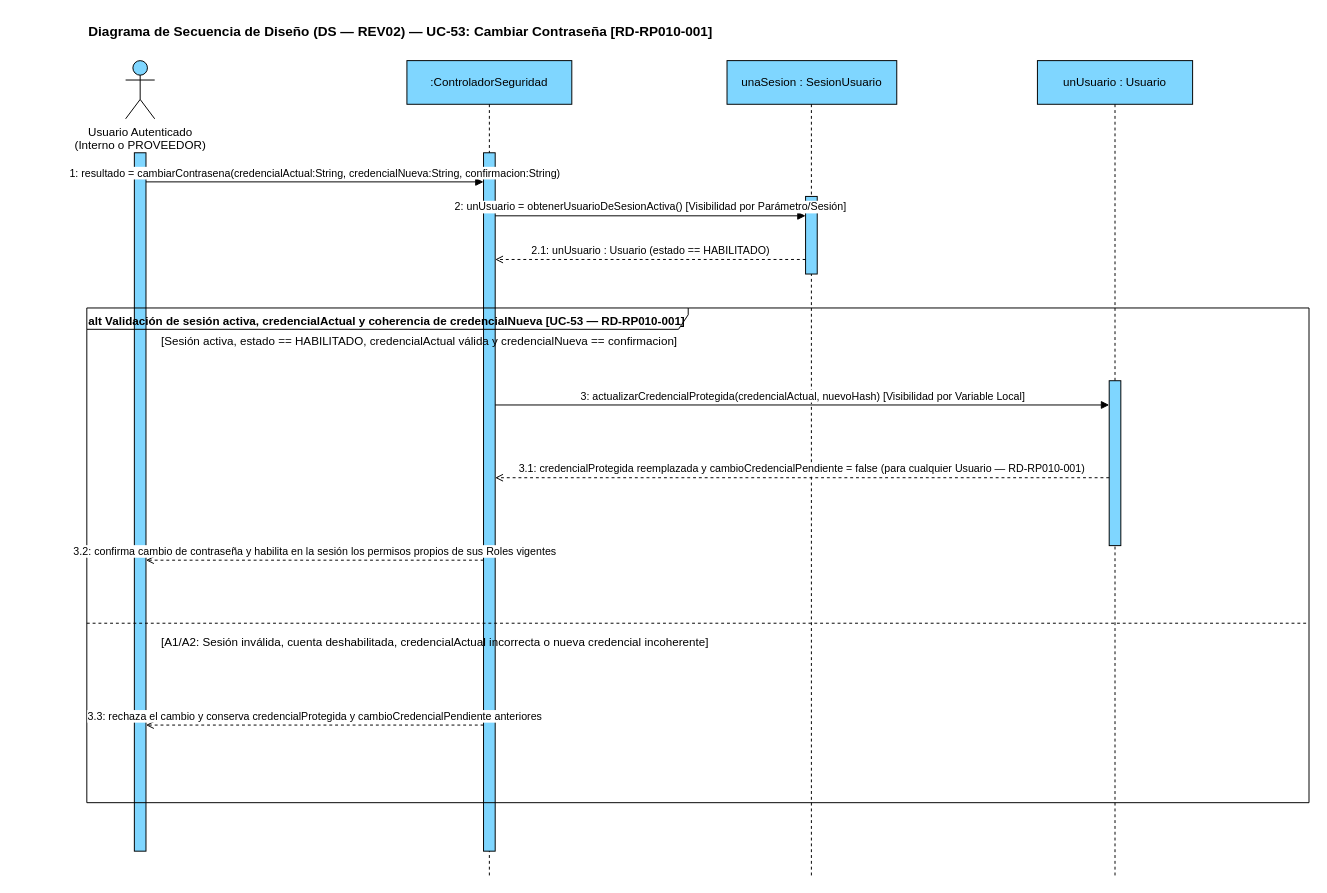
Before: page "DS UC-53 Cambiar Contraseña (REV02)" (4 of 7) of docs/08-diagramas/revision/REV02_SEGURIDAD/propuestos/DS_REV02_SEGURIDAD_CORREGIDO.drawio.xml in leandrito369/ale-milanesas, a draw.io diagram. Source tidied: cells renumbered, new cells numbered last; positions are measured from the earlier drawing's top-left corner, leaving out a move shared by most shapes. Both pictures are drawn from the tidied source at 97%, with x=0, y=0 at pixel (86, 16).
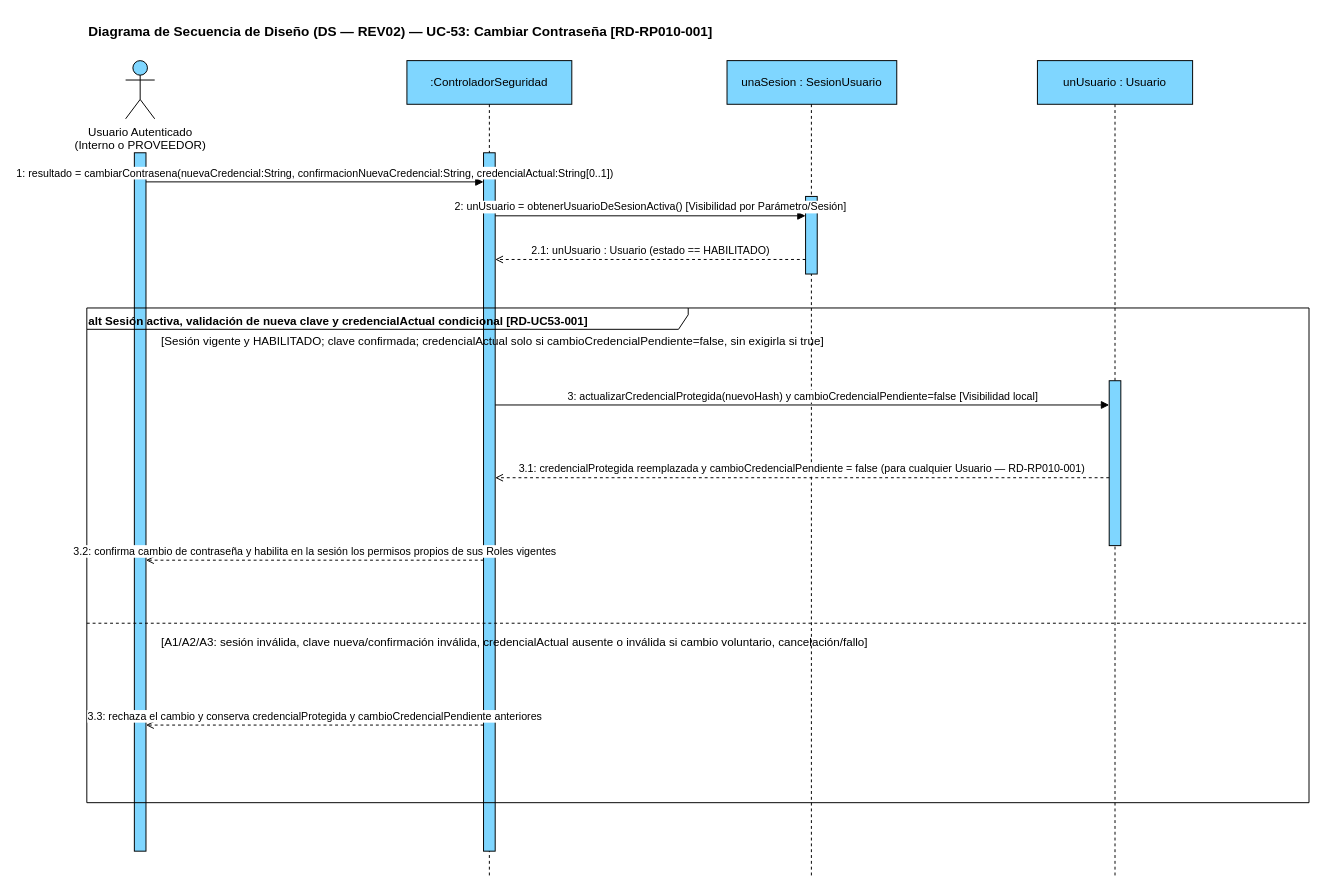
After the change.

Diff of the diagram source:
```diff
@@
-    <mxCell id="14" value="1: resultado = cambiarContrasena(credencialActual:String, credencialNueva:String, confirmacion:String)" style="html=1;verticalAlign=bottom;endArrow=block;endFill=1;strokeColor=#000000;" parent="1" edge="1">
+    <mxCell id="14" value="1: resultado = cambiarContrasena(nuevaCredencial:String, confirmacionNuevaCredencial:String, credencialActual:String[0..1])" style="html=1;verticalAlign=bottom;endArrow=block;endFill=1;strokeColor=#000000;" parent="1" edge="1">
       <mxGeometry relative="1" as="geometry">
         <mxPoint x="61" y="170" as="sourcePoint" />
         <mxPoint x="409" y="170" as="targetPoint" />
       </mxGeometry>
     </mxCell>
@@
-    <mxCell id="17" value="alt Validación de sesión activa, credencialActual y coherencia de credencialNueva [UC-53 — RD-RP010-001]" style="shape=umlFrame;whiteSpace=wrap;html=1;width=620;height=22;fillColor=none;strokeColor=#000000;align=left;verticalAlign=top;fontStyle=1;" parent="1" vertex="1">
+    <mxCell id="17" value="alt Sesión activa, validación de nueva clave y credencialActual condicional [RD-UC53-001]" style="shape=umlFrame;whiteSpace=wrap;html=1;width=620;height=22;fillColor=none;strokeColor=#000000;align=left;verticalAlign=top;fontStyle=1;" parent="1" vertex="1">
       <mxGeometry y="300" width="1260" height="510" as="geometry" />
     </mxCell>
-    <mxCell id="18" value="[Sesión activa, estado == HABILITADO, credencialActual válida y credencialNueva == confirmacion]" style="text;html=1;strokeColor=none;fillColor=none;align=left;verticalAlign=middle;" parent="1" vertex="1">
+    <mxCell id="18" value="[Sesión vigente y HABILITADO; clave confirmada; credencialActual solo si cambioCredencialPendiente=false, sin exigirla si true]" style="text;html=1;strokeColor=none;fillColor=none;align=left;verticalAlign=middle;" parent="1" vertex="1">
       <mxGeometry x="75" y="325" width="620" height="20" as="geometry" />
     </mxCell>
-    <mxCell id="19" value="3: actualizarCredencialProtegida(credencialActual, nuevoHash) [Visibilidad por Variable Local]" style="html=1;verticalAlign=bottom;endArrow=block;endFill=1;strokeColor=#000000;" parent="1" edge="1">
+    <mxCell id="19" value="3: actualizarCredencialProtegida(nuevoHash) y cambioCredencialPendiente=false [Visibilidad local]" style="html=1;verticalAlign=bottom;endArrow=block;endFill=1;strokeColor=#000000;" parent="1" edge="1">
       <mxGeometry relative="1" as="geometry">
         <mxPoint x="421" y="400" as="sourcePoint" />
         <mxPoint x="1054" y="400" as="targetPoint" />
       </mxGeometry>
     </mxCell>
@@
-    <mxCell id="23" value="[A1/A2: Sesión inválida, cuenta deshabilitada, credencialActual incorrecta o nueva credencial incoherente]" style="text;html=1;strokeColor=none;fillColor=none;align=left;verticalAlign=middle;" parent="1" vertex="1">
+    <mxCell id="23" value="[A1/A2/A3: sesión inválida, clave nueva/confirmación inválida, credencialActual ausente o inválida si cambio voluntario, cancelación/fallo]" style="text;html=1;strokeColor=none;fillColor=none;align=left;verticalAlign=middle;" parent="1" vertex="1">
       <mxGeometry x="75" y="635" width="660" height="20" as="geometry" />
     </mxCell>
```
